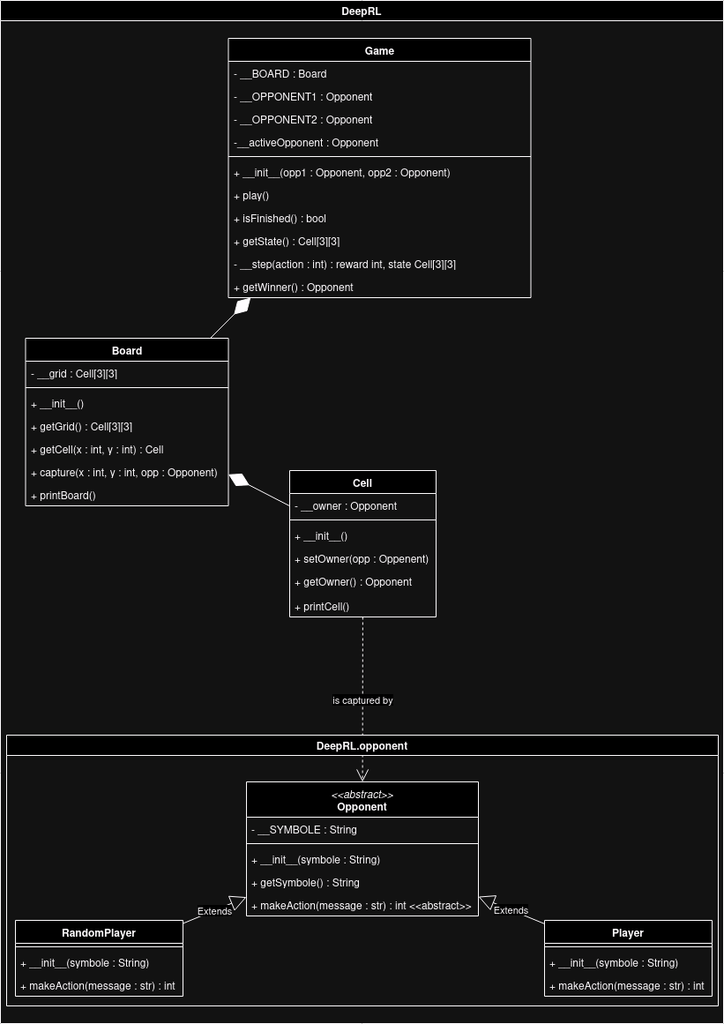
Above: uml/UML.png in Enzo-Claeyssen/Q-Learning_for_Tic_Tac_Toe (draw.io), before the change. Source tidied: cells renumbered, new cells last; positions are measured from the earlier drawing's top-left corner, leaving out a move shared by most shapes.
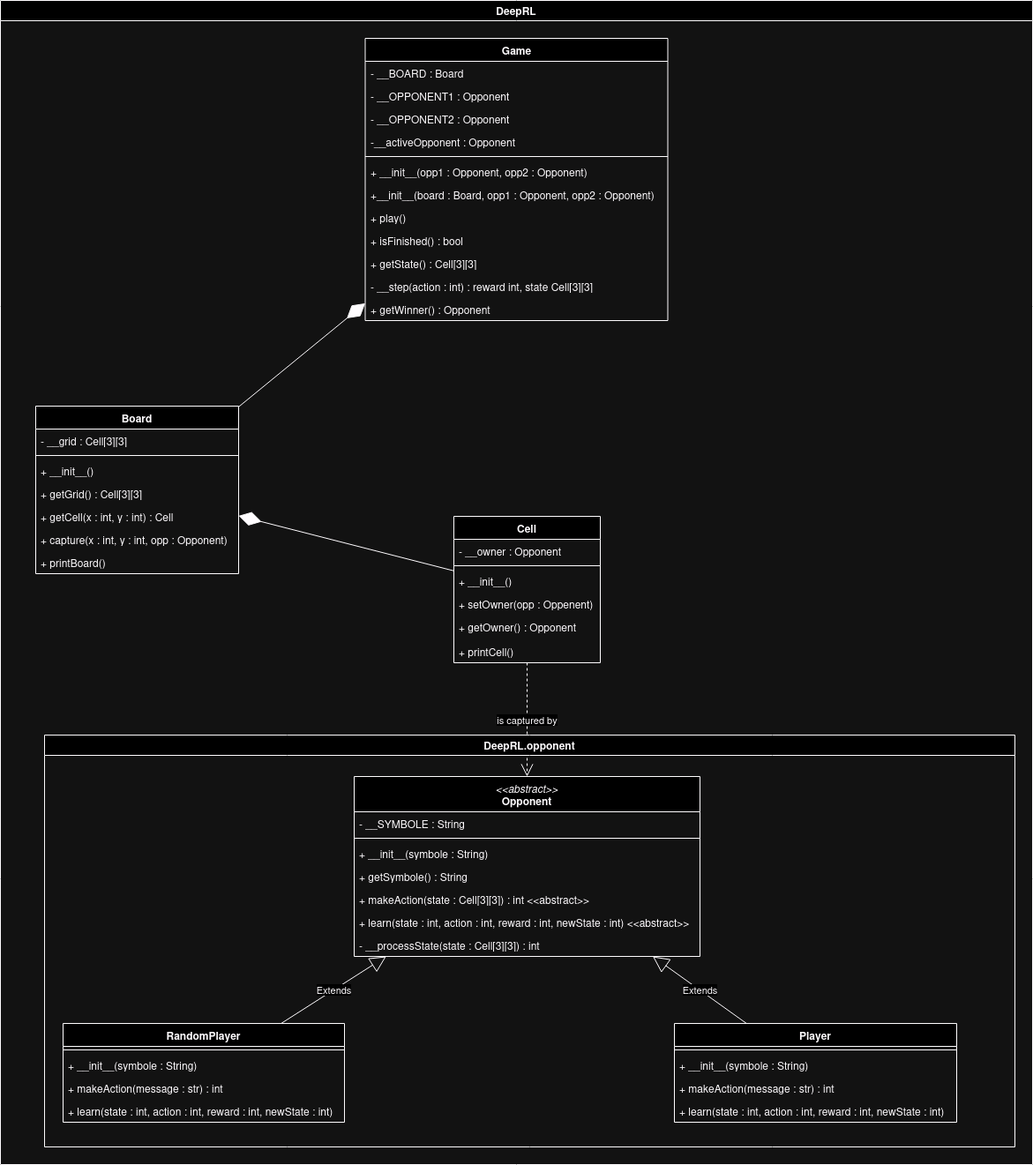
The same file after the commit.

Commit message:
Finished UML and doc for v0.0.9

What changed in the source:
```diff
@@ -3,10 +3,10 @@
     <mxCell id="0" />
     <mxCell id="1" parent="0" />
     <mxCell id="2" value="DeepRL" style="swimlane;" parent="1" vertex="1">
-      <mxGeometry width="820" height="1160" as="geometry" />
+      <mxGeometry width="1170" height="1320" as="geometry" />
     </mxCell>
     <mxCell id="3" value="Game" style="swimlane;fontStyle=1;align=center;verticalAlign=top;horizontal=1;startSize=26;whiteSpace=wrap;html=1;" parent="2" vertex="1">
-      <mxGeometry x="258.5" y="43" width="343" height="294" as="geometry" />
+      <mxGeometry x="413.5" y="43" width="343" height="320" as="geometry" />
     </mxCell>
     <mxCell id="4" value="- __BOARD : Board" style="text;strokeColor=none;fillColor=none;align=left;verticalAlign=top;spacingLeft=4;spacingRight=4;overflow=hidden;whiteSpace=wrap;html=1;" parent="3" vertex="1">
       <mxGeometry y="26" width="343" height="26" as="geometry" />
@@ -26,23 +26,26 @@
     <mxCell id="9" value="+ __init__(opp1 : Opponent, opp2 : Opponent)" style="text;strokeColor=none;fillColor=none;align=left;verticalAlign=top;spacingLeft=4;spacingRight=4;overflow=hidden;whiteSpace=wrap;html=1;" parent="3" vertex="1">
       <mxGeometry y="138" width="343" height="26" as="geometry" />
     </mxCell>
+    <mxCell id="50" value="+__init__(board : Board, opp1 : Opponent, opp2 : Opponent)" style="text;strokeColor=none;fillColor=none;align=left;verticalAlign=top;spacingLeft=4;spacingRight=4;overflow=hidden;whiteSpace=wrap;html=1;" parent="3" vertex="1">
+      <mxGeometry y="164" width="343" height="26" as="geometry" />
+    </mxCell>
     <mxCell id="10" value="+ play()" style="text;strokeColor=none;fillColor=none;align=left;verticalAlign=top;spacingLeft=4;spacingRight=4;overflow=hidden;whiteSpace=wrap;html=1;" parent="3" vertex="1">
-      <mxGeometry y="164" width="343" height="26" as="geometry" />
+      <mxGeometry y="190" width="343" height="26" as="geometry" />
     </mxCell>
     <mxCell id="11" value="+ isFinished() : bool " style="text;strokeColor=none;fillColor=none;align=left;verticalAlign=top;spacingLeft=4;spacingRight=4;overflow=hidden;whiteSpace=wrap;html=1;" parent="3" vertex="1">
-      <mxGeometry y="190" width="343" height="26" as="geometry" />
+      <mxGeometry y="216" width="343" height="26" as="geometry" />
     </mxCell>
     <mxCell id="12" value="+ getState() : Cell[3][3]" style="text;strokeColor=none;fillColor=none;align=left;verticalAlign=top;spacingLeft=4;spacingRight=4;overflow=hidden;whiteSpace=wrap;html=1;" parent="3" vertex="1">
-      <mxGeometry y="216" width="343" height="26" as="geometry" />
+      <mxGeometry y="242" width="343" height="26" as="geometry" />
     </mxCell>
     <mxCell id="13" value="- __step(action : int) : reward int, state Cell[3][3]" style="text;strokeColor=none;fillColor=none;align=left;verticalAlign=top;spacingLeft=4;spacingRight=4;overflow=hidden;whiteSpace=wrap;html=1;" parent="3" vertex="1">
-      <mxGeometry y="242" width="343" height="26" as="geometry" />
+      <mxGeometry y="268" width="343" height="26" as="geometry" />
     </mxCell>
     <mxCell id="14" value="+ getWinner() : Opponent" style="text;strokeColor=none;fillColor=none;align=left;verticalAlign=top;spacingLeft=4;spacingRight=4;overflow=hidden;whiteSpace=wrap;html=1;" parent="3" vertex="1">
-      <mxGeometry y="268" width="343" height="26" as="geometry" />
+      <mxGeometry y="294" width="343" height="26" as="geometry" />
     </mxCell>
     <mxCell id="15" value="Board" style="swimlane;fontStyle=1;align=center;verticalAlign=top;horizontal=1;startSize=26;whiteSpace=wrap;html=1;" parent="2" vertex="1">
-      <mxGeometry x="28.5" y="383" width="230" height="190" as="geometry" />
+      <mxGeometry x="40" y="460" width="230" height="190" as="geometry" />
     </mxCell>
     <mxCell id="16" value="- __grid : Cell[3][3]" style="text;strokeColor=none;fillColor=none;align=left;verticalAlign=top;spacingLeft=4;spacingRight=4;overflow=hidden;whiteSpace=wrap;html=1;" parent="15" vertex="1">
       <mxGeometry y="26" width="230" height="26" as="geometry" />
@@ -69,7 +72,7 @@
       <mxGeometry relative="1" as="geometry" />
     </mxCell>
     <mxCell id="24" value="Cell" style="swimlane;fontStyle=1;align=center;verticalAlign=top;horizontal=1;startSize=26;whiteSpace=wrap;html=1;" parent="2" vertex="1">
-      <mxGeometry x="328" y="533" width="166" height="166" as="geometry" />
+      <mxGeometry x="514" y="585" width="166" height="166" as="geometry" />
     </mxCell>
     <mxCell id="25" value="- __owner : Opponent" style="text;strokeColor=none;fillColor=none;align=left;verticalAlign=top;spacingLeft=4;spacingRight=4;overflow=hidden;whiteSpace=wrap;html=1;" parent="24" vertex="1">
       <mxGeometry y="26" width="166" height="26" as="geometry" />
@@ -96,50 +99,62 @@
       <mxGeometry relative="1" as="geometry" />
     </mxCell>
     <mxCell id="33" value="DeepRL.opponent" style="swimlane;" parent="2" vertex="1">
-      <mxGeometry x="7" y="833" width="807" height="307" as="geometry" />
+      <mxGeometry x="50" y="833" width="1100" height="467" as="geometry" />
     </mxCell>
     <mxCell id="34" value="RandomPlayer" style="swimlane;fontStyle=1;align=center;verticalAlign=top;horizontal=1;startSize=26;whiteSpace=wrap;html=1;" parent="33" vertex="1">
-      <mxGeometry x="10" y="210" width="190" height="86" as="geometry" />
+      <mxGeometry x="21" y="327" width="319" height="112" as="geometry" />
     </mxCell>
     <mxCell id="35" style="line;strokeWidth=1;fillColor=none;align=left;verticalAlign=middle;spacingTop=-1;spacingLeft=3;spacingRight=3;labelPosition=right;strokeColor=inherit;" parent="34" vertex="1">
-      <mxGeometry y="26" width="190" height="8" as="geometry" />
+      <mxGeometry y="26" width="319" height="8" as="geometry" />
     </mxCell>
     <mxCell id="36" value="+ __init__(symbole : String)" style="text;strokeColor=none;fillColor=none;align=left;verticalAlign=top;spacingLeft=4;spacingRight=4;overflow=hidden;whiteSpace=wrap;html=1;" parent="34" vertex="1">
-      <mxGeometry y="34" width="190" height="26" as="geometry" />
+      <mxGeometry y="34" width="319" height="26" as="geometry" />
     </mxCell>
     <mxCell id="37" value="+ makeAction(message : str) : int" style="text;strokeColor=none;fillColor=none;align=left;verticalAlign=top;spacingLeft=4;spacingRight=4;overflow=hidden;whiteSpace=wrap;html=1;" parent="34" vertex="1">
-      <mxGeometry y="60" width="190" height="26" as="geometry" />
+      <mxGeometry y="60" width="319" height="26" as="geometry" />
     </mxCell>
+    <mxCell id="51" value="+ learn(state : int, action : int, reward : int, newState : int)" style="text;strokeColor=none;fillColor=none;align=left;verticalAlign=top;spacingLeft=4;spacingRight=4;overflow=hidden;whiteSpace=wrap;html=1;" parent="34" vertex="1">
+      <mxGeometry y="86" width="319" height="26" as="geometry" />
+    </mxCell>
     <mxCell id="38" value="Player" style="swimlane;fontStyle=1;align=center;verticalAlign=top;horizontal=1;startSize=26;whiteSpace=wrap;html=1;" parent="33" vertex="1">
-      <mxGeometry x="610" y="210" width="190" height="86" as="geometry" />
+      <mxGeometry x="714" y="327" width="320" height="112" as="geometry" />
     </mxCell>
     <mxCell id="39" style="line;strokeWidth=1;fillColor=none;align=left;verticalAlign=middle;spacingTop=-1;spacingLeft=3;spacingRight=3;labelPosition=right;strokeColor=inherit;" parent="38" vertex="1">
-      <mxGeometry y="26" width="190" height="8" as="geometry" />
+      <mxGeometry y="26" width="320" height="8" as="geometry" />
     </mxCell>
     <mxCell id="40" value="+ __init__(symbole : String)" style="text;strokeColor=none;fillColor=none;align=left;verticalAlign=top;spacingLeft=4;spacingRight=4;overflow=hidden;whiteSpace=wrap;html=1;" parent="38" vertex="1">
-      <mxGeometry y="34" width="190" height="26" as="geometry" />
+      <mxGeometry y="34" width="320" height="26" as="geometry" />
     </mxCell>
     <mxCell id="41" value="+ makeAction(message : str) : int" style="text;strokeColor=none;fillColor=none;align=left;verticalAlign=top;spacingLeft=4;spacingRight=4;overflow=hidden;whiteSpace=wrap;html=1;" parent="38" vertex="1">
-      <mxGeometry y="60" width="190" height="26" as="geometry" />
+      <mxGeometry y="60" width="320" height="26" as="geometry" />
     </mxCell>
+    <mxCell id="52" value="+ learn(state : int, action : int, reward : int, newState : int)" style="text;strokeColor=none;fillColor=none;align=left;verticalAlign=top;spacingLeft=4;spacingRight=4;overflow=hidden;whiteSpace=wrap;html=1;" parent="38" vertex="1">
+      <mxGeometry y="86" width="320" height="26" as="geometry" />
+    </mxCell>
     <mxCell id="42" value="&lt;span style=&quot;font-weight: normal;&quot;&gt;&lt;i&gt;&amp;lt;&amp;lt;abstract&amp;gt;&amp;gt;&lt;/i&gt;&lt;/span&gt;&lt;br&gt;Opponent" style="swimlane;fontStyle=1;align=center;verticalAlign=top;horizontal=1;startSize=40;whiteSpace=wrap;html=1;" parent="33" vertex="1">
-      <mxGeometry x="272" y="53" width="263" height="152" as="geometry" />
+      <mxGeometry x="351" y="47" width="392" height="204" as="geometry" />
     </mxCell>
     <mxCell id="43" value="- __SYMBOLE : String" style="text;strokeColor=none;fillColor=none;align=left;verticalAlign=top;spacingLeft=4;spacingRight=4;overflow=hidden;whiteSpace=wrap;html=1;" parent="42" vertex="1">
-      <mxGeometry y="40" width="263" height="26" as="geometry" />
+      <mxGeometry y="40" width="392" height="26" as="geometry" />
     </mxCell>
     <mxCell id="44" style="line;strokeWidth=1;fillColor=none;align=left;verticalAlign=middle;spacingTop=-1;spacingLeft=3;spacingRight=3;labelPosition=right;strokeColor=inherit;" parent="42" vertex="1">
-      <mxGeometry y="66" width="263" height="8" as="geometry" />
+      <mxGeometry y="66" width="392" height="8" as="geometry" />
     </mxCell>
     <mxCell id="45" value="+ __init__(symbole : String)" style="text;strokeColor=none;fillColor=none;align=left;verticalAlign=top;spacingLeft=4;spacingRight=4;overflow=hidden;whiteSpace=wrap;html=1;" parent="42" vertex="1">
-      <mxGeometry y="74" width="263" height="26" as="geometry" />
+      <mxGeometry y="74" width="392" height="26" as="geometry" />
     </mxCell>
     <mxCell id="46" value="+ getSymbole() : String" style="text;strokeColor=none;fillColor=none;align=left;verticalAlign=top;spacingLeft=4;spacingRight=4;overflow=hidden;whiteSpace=wrap;html=1;" parent="42" vertex="1">
-      <mxGeometry y="100" width="263" height="26" as="geometry" />
+      <mxGeometry y="100" width="392" height="26" as="geometry" />
     </mxCell>
-    <mxCell id="47" value="+ makeAction(message : str) : int &amp;lt;&amp;lt;abstract&amp;gt;&amp;gt;" style="text;strokeColor=none;fillColor=none;align=left;verticalAlign=top;spacingLeft=4;spacingRight=4;overflow=hidden;whiteSpace=wrap;html=1;" parent="42" vertex="1">
-      <mxGeometry y="126" width="263" height="26" as="geometry" />
+    <mxCell id="47" value="+ makeAction(state : Cell[3][3]) : int &amp;lt;&amp;lt;abstract&amp;gt;&amp;gt;" style="text;strokeColor=none;fillColor=none;align=left;verticalAlign=top;spacingLeft=4;spacingRight=4;overflow=hidden;whiteSpace=wrap;html=1;" parent="42" vertex="1">
+      <mxGeometry y="126" width="392" height="26" as="geometry" />
     </mxCell>
+    <mxCell id="53" value="+ learn(state : int, action : int, reward : int, newState : int) &amp;lt;&amp;lt;abstract&amp;gt;&amp;gt;" style="text;strokeColor=none;fillColor=none;align=left;verticalAlign=top;spacingLeft=4;spacingRight=4;overflow=hidden;whiteSpace=wrap;html=1;" parent="42" vertex="1">
+      <mxGeometry y="152" width="392" height="26" as="geometry" />
+    </mxCell>
+    <mxCell id="54" value="- __processState(state : Cell[3][3]) : int" style="text;strokeColor=none;fillColor=none;align=left;verticalAlign=top;spacingLeft=4;spacingRight=4;overflow=hidden;whiteSpace=wrap;html=1;" parent="42" vertex="1">
+      <mxGeometry y="178" width="392" height="26" as="geometry" />
+    </mxCell>
     <mxCell id="48" value="Extends" style="endArrow=block;endSize=16;endFill=0;html=1;rounded=0;" parent="33" edge="1" source="34" target="42">
       <mxGeometry relative="1" as="geometry" />
     </mxCell>
```
